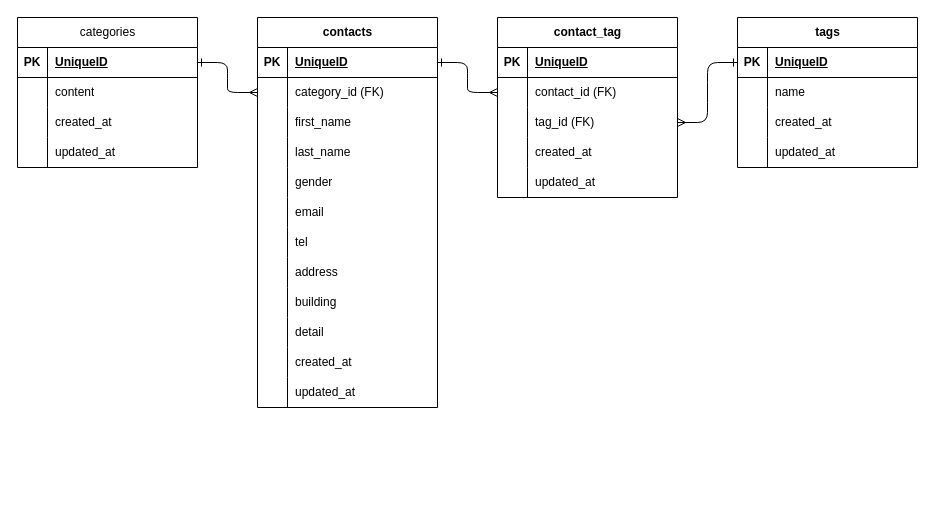
taiga-takeda/contact-form-app keeps this draw.io diagram as .drawio. Above is the earlier version. Source tidied: cells renumbered, new cells numbered last; positions are measured from the earlier drawing's top-left corner, leaving out a move shared by most shapes. Both pictures are drawn from the tidied source at 100%, with x=0, y=0 at pixel (17, 17).
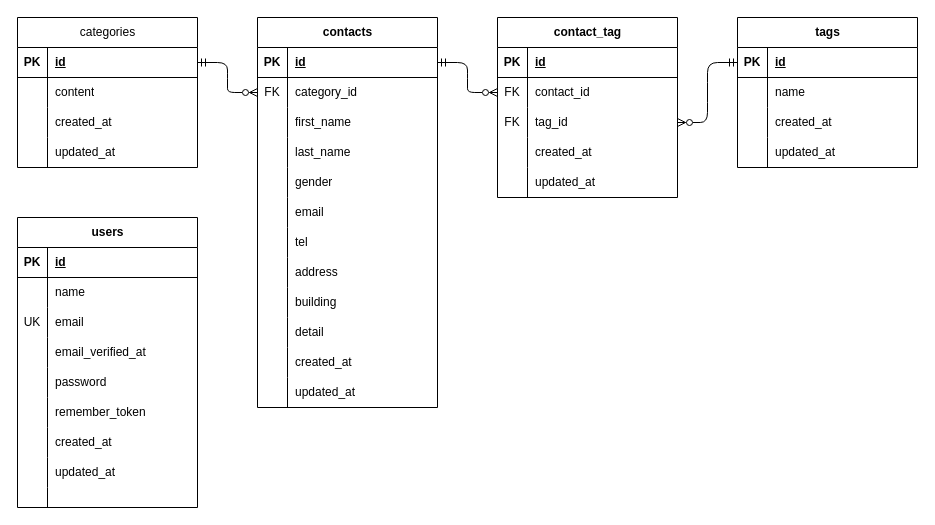
The same page after the edit.

Unchanged cells that the change refers to:
```xml
<mxCell id="3" style="shape=tableRow;horizontal=0;startSize=0;swimlaneHead=0;swimlaneBody=0;fillColor=none;top=0;left=0;right=0;bottom=1;" parent="2" vertex="1">
  <mxGeometry y="30" width="180" height="30" as="geometry" />
</mxCell>
<mxCell id="6" style="shape=tableRow;horizontal=0;startSize=0;swimlaneHead=0;swimlaneBody=0;fillColor=none;points=[[0,0.5],[1,0.5]];portConstraint=eastwest;top=0;left=0;right=0;bottom=0;" parent="2" vertex="1">
  <mxGeometry y="60" width="180" height="30" as="geometry" />
</mxCell>
<mxCell id="9" style="shape=tableRow;horizontal=0;startSize=0;swimlaneHead=0;swimlaneBody=0;fillColor=none;points=[[0,0.5],[1,0.5]];portConstraint=eastwest;top=0;left=0;right=0;bottom=0;" parent="2" vertex="1">
  <mxGeometry y="90" width="180" height="30" as="geometry" />
</mxCell>
<mxCell id="19" style="shape=tableRow;horizontal=0;startSize=0;swimlaneHead=0;swimlaneBody=0;fillColor=none;points=[[0,0.5],[1,0.5]];portConstraint=eastwest;top=0;left=0;right=0;bottom=1;" parent="18" vertex="1">
  <mxGeometry y="30" width="180" height="30" as="geometry" />
</mxCell>
<mxCell id="32" style="shape=tableRow;horizontal=0;startSize=0;swimlaneHead=0;swimlaneBody=0;fillColor=none;points=[[0,0.5],[1,0.5]];portConstraint=eastwest;top=0;left=0;right=0;bottom=1;" parent="31" vertex="1">
  <mxGeometry y="30" width="180" height="30" as="geometry" />
</mxCell>
<mxCell id="35" style="shape=tableRow;horizontal=0;startSize=0;swimlaneHead=0;swimlaneBody=0;fillColor=none;points=[[0,0.5],[1,0.5]];portConstraint=eastwest;top=0;left=0;right=0;bottom=0;" parent="31" vertex="1">
  <mxGeometry y="60" width="180" height="30" as="geometry" />
</mxCell>
<mxCell id="69" style="shape=tableRow;horizontal=0;startSize=0;swimlaneHead=0;swimlaneBody=0;fillColor=none;points=[[0,0.5],[1,0.5]];portConstraint=eastwest;top=0;left=0;right=0;bottom=1;" parent="68" vertex="1">
  <mxGeometry y="30" width="180" height="30" as="geometry" />
</mxCell>
```

Change to the diagram source:
```diff
@@
-    <mxCell id="5" value="UniqueID" style="shape=partialRectangle;fillColor=none;top=0;left=0;bottom=0;right=0;align=left;spacingLeft=6;fontStyle=5;overflow=hidden;whiteSpace=wrap;html=1;" parent="3" vertex="1">
+    <mxCell id="5" value="id" style="shape=partialRectangle;fillColor=none;top=0;left=0;bottom=0;right=0;align=left;spacingLeft=6;fontStyle=5;overflow=hidden;whiteSpace=wrap;html=1;" parent="3" vertex="1">
       <mxGeometry x="30" width="150" height="30" as="geometry" />
     </mxCell>
@@
-    <mxCell id="7" style="shape=partialRectangle;fillColor=none;top=0;left=0;bottom=0;right=0;overflow=hidden;whiteSpace=wrap;html=1;" parent="6" vertex="1">
+    <mxCell id="7" value="FK" style="shape=partialRectangle;fillColor=none;top=0;left=0;bottom=0;right=0;overflow=hidden;whiteSpace=wrap;html=1;" parent="6" vertex="1">
       <mxGeometry width="30" height="30" as="geometry" />
     </mxCell>
-    <mxCell id="8" value="&lt;span style=&quot;color: rgb(0, 0, 0);&quot;&gt;contact_id (FK)&lt;/span&gt;" style="shape=partialRectangle;fillColor=none;top=0;left=0;bottom=0;right=0;align=left;spacingLeft=6;overflow=hidden;whiteSpace=wrap;html=1;" parent="6" vertex="1">
+    <mxCell id="8" value="&lt;span style=&quot;color: rgb(0, 0, 0);&quot;&gt;contact_id&lt;/span&gt;" style="shape=partialRectangle;fillColor=none;top=0;left=0;bottom=0;right=0;align=left;spacingLeft=6;overflow=hidden;whiteSpace=wrap;html=1;" parent="6" vertex="1">
       <mxGeometry x="30" width="150" height="30" as="geometry" />
     </mxCell>
@@
-    <mxCell id="10" style="shape=partialRectangle;fillColor=none;top=0;left=0;bottom=0;right=0;overflow=hidden;whiteSpace=wrap;html=1;" parent="9" vertex="1">
+    <mxCell id="10" value="FK" style="shape=partialRectangle;fillColor=none;top=0;left=0;bottom=0;right=0;overflow=hidden;whiteSpace=wrap;html=1;" parent="9" vertex="1">
       <mxGeometry width="30" height="30" as="geometry" />
     </mxCell>
-    <mxCell id="11" value="&lt;span style=&quot;color: rgb(0, 0, 0);&quot;&gt;tag_id (FK)&lt;/span&gt;" style="shape=partialRectangle;fillColor=none;top=0;left=0;bottom=0;right=0;align=left;spacingLeft=6;overflow=hidden;whiteSpace=wrap;html=1;" parent="9" vertex="1">
+    <mxCell id="11" value="&lt;span style=&quot;color: rgb(0, 0, 0);&quot;&gt;tag_id&lt;/span&gt;" style="shape=partialRectangle;fillColor=none;top=0;left=0;bottom=0;right=0;align=left;spacingLeft=6;overflow=hidden;whiteSpace=wrap;html=1;" parent="9" vertex="1">
       <mxGeometry x="30" width="150" height="30" as="geometry" />
     </mxCell>
@@
-    <mxCell id="21" value="UniqueID" style="shape=partialRectangle;fillColor=none;top=0;left=0;bottom=0;right=0;align=left;spacingLeft=6;fontStyle=5;overflow=hidden;whiteSpace=wrap;html=1;" parent="19" vertex="1">
+    <mxCell id="21" value="id" style="shape=partialRectangle;fillColor=none;top=0;left=0;bottom=0;right=0;align=left;spacingLeft=6;fontStyle=5;overflow=hidden;whiteSpace=wrap;html=1;" parent="19" vertex="1">
       <mxGeometry x="30" width="150" height="30" as="geometry" />
     </mxCell>
@@
-    <mxCell id="34" value="UniqueID" style="shape=partialRectangle;fillColor=none;top=0;left=0;bottom=0;right=0;align=left;spacingLeft=6;fontStyle=5;overflow=hidden;whiteSpace=wrap;html=1;" parent="32" vertex="1">
+    <mxCell id="34" value="id" style="shape=partialRectangle;fillColor=none;top=0;left=0;bottom=0;right=0;align=left;spacingLeft=6;fontStyle=5;overflow=hidden;whiteSpace=wrap;html=1;" parent="32" vertex="1">
       <mxGeometry x="30" width="150" height="30" as="geometry" />
     </mxCell>
@@
-    <mxCell id="36" style="shape=partialRectangle;fillColor=none;top=0;left=0;bottom=0;right=0;overflow=hidden;whiteSpace=wrap;html=1;" parent="35" vertex="1">
+    <mxCell id="36" value="FK" style="shape=partialRectangle;fillColor=none;top=0;left=0;bottom=0;right=0;overflow=hidden;whiteSpace=wrap;html=1;" parent="35" vertex="1">
       <mxGeometry width="30" height="30" as="geometry" />
     </mxCell>
-    <mxCell id="37" value="&lt;span style=&quot;color: rgb(0, 0, 0);&quot;&gt;category_id (FK)&lt;/span&gt;" style="shape=partialRectangle;fillColor=none;top=0;left=0;bottom=0;right=0;align=left;spacingLeft=6;overflow=hidden;whiteSpace=wrap;html=1;" parent="35" vertex="1">
+    <mxCell id="37" value="&lt;span style=&quot;color: rgb(0, 0, 0);&quot;&gt;category_id&lt;/span&gt;" style="shape=partialRectangle;fillColor=none;top=0;left=0;bottom=0;right=0;align=left;spacingLeft=6;overflow=hidden;whiteSpace=wrap;html=1;" parent="35" vertex="1">
       <mxGeometry x="30" width="150" height="30" as="geometry" />
     </mxCell>
@@
-    <mxCell id="71" value="UniqueID" style="shape=partialRectangle;fillColor=none;top=0;left=0;bottom=0;right=0;align=left;spacingLeft=6;fontStyle=5;overflow=hidden;whiteSpace=wrap;html=1;" parent="69" vertex="1">
+    <mxCell id="71" value="id" style="shape=partialRectangle;fillColor=none;top=0;left=0;bottom=0;right=0;align=left;spacingLeft=6;fontStyle=5;overflow=hidden;whiteSpace=wrap;html=1;" parent="69" vertex="1">
       <mxGeometry x="30" width="150" height="30" as="geometry" />
     </mxCell>
@@
-    <mxCell id="81" style="edgeStyle=entityRelationEdgeStyle;fontSize=12;html=1;endArrow=ERmany;startArrow=ERone;exitX=1;exitY=0.5;exitDx=0;exitDy=0;startFill=0;" parent="1" edge="1" source="69" target="35">
+    <mxCell id="81" style="edgeStyle=entityRelationEdgeStyle;fontSize=12;html=1;endArrow=ERzeroToMany;startArrow=ERmandOne;startFill=0;endFill=0;" parent="1" edge="1" target="35">
       <mxGeometry relative="1" as="geometry">
+        <mxPoint x="180" y="45" as="sourcePoint" />
         <Array as="points">
           <mxPoint x="220" y="110" />
         </Array>
       </mxGeometry>
     </mxCell>
-    <mxCell id="82" style="edgeStyle=entityRelationEdgeStyle;fontSize=12;html=1;endArrow=ERmany;startArrow=ERone;exitX=1;exitY=0.5;exitDx=0;exitDy=0;startFill=0;" parent="1" edge="1" source="32" target="6">
+    <mxCell id="82" style="edgeStyle=entityRelationEdgeStyle;fontSize=12;html=1;endArrow=ERzeroToMany;startArrow=ERmandOne;exitX=1;exitY=0.5;exitDx=0;exitDy=0;startFill=0;endFill=0;" parent="1" edge="1" source="32" target="6">
       <mxGeometry relative="1" as="geometry" />
     </mxCell>
-    <mxCell id="83" style="edgeStyle=entityRelationEdgeStyle;fontSize=12;html=1;endArrow=ERone;startArrow=ERmany;endFill=0;" parent="1" edge="1" source="9" target="19">
+    <mxCell id="83" style="edgeStyle=entityRelationEdgeStyle;fontSize=12;html=1;endArrow=ERmandOne;startArrow=ERzeroToMany;endFill=0;startFill=0;" parent="1" edge="1" source="9" target="19">
       <mxGeometry relative="1" as="geometry" />
     </mxCell>
+    <mxCell id="84" value="users" style="shape=table;startSize=30;childLayout=tableLayout;rowLines=0;fontStyle=1;align=center;html=1;" parent="1" vertex="1">
+      <mxGeometry y="200" width="180" height="290" as="geometry" />
+    </mxCell>
+    <mxCell id="85" style="shape=tableRow;horizontal=0;startSize=0;swimlaneHead=0;swimlaneBody=0;fillColor=none;top=0;left=0;right=0;bottom=1;" parent="84" vertex="1">
+      <mxGeometry y="30" width="180" height="30" as="geometry" />
+    </mxCell>
+    <mxCell id="86" value="PK" style="shape=partialRectangle;fillColor=none;top=0;left=0;bottom=0;right=0;fontStyle=1;overflow=hidden;whiteSpace=wrap;html=1;" parent="85" vertex="1">
+      <mxGeometry width="30" height="30" as="geometry" />
+    </mxCell>
+    <mxCell id="87" value="id" style="shape=partialRectangle;fillColor=none;top=0;left=0;bottom=0;right=0;align=left;spacingLeft=6;fontStyle=5;overflow=hidden;whiteSpace=wrap;html=1;" parent="85" vertex="1">
+      <mxGeometry x="30" width="150" height="30" as="geometry" />
+    </mxCell>
+    <mxCell id="88" style="shape=tableRow;horizontal=0;startSize=0;swimlaneHead=0;swimlaneBody=0;fillColor=none;top=0;left=0;right=0;bottom=0;" parent="84" vertex="1">
+      <mxGeometry y="60" width="180" height="30" as="geometry" />
+    </mxCell>
+    <mxCell id="89" style="shape=partialRectangle;fillColor=none;top=0;left=0;bottom=0;right=0;overflow=hidden;whiteSpace=wrap;html=1;" parent="88" vertex="1">
+      <mxGeometry width="30" height="30" as="geometry" />
+    </mxCell>
+    <mxCell id="90" value="name" style="shape=partialRectangle;fillColor=none;top=0;left=0;bottom=0;right=0;align=left;spacingLeft=6;overflow=hidden;whiteSpace=wrap;html=1;" parent="88" vertex="1">
+      <mxGeometry x="30" width="150" height="30" as="geometry" />
+    </mxCell>
+    <mxCell id="91" style="shape=tableRow;horizontal=0;startSize=0;swimlaneHead=0;swimlaneBody=0;fillColor=none;top=0;left=0;right=0;bottom=0;" parent="84" vertex="1">
+      <mxGeometry y="90" width="180" height="30" as="geometry" />
+    </mxCell>
+    <mxCell id="92" value="UK" style="shape=partialRectangle;fillColor=none;top=0;left=0;bottom=0;right=0;overflow=hidden;whiteSpace=wrap;html=1;" parent="91" vertex="1">
+      <mxGeometry width="30" height="30" as="geometry" />
+    </mxCell>
+    <mxCell id="93" value="email" style="shape=partialRectangle;fillColor=none;top=0;left=0;bottom=0;right=0;align=left;spacingLeft=6;overflow=hidden;whiteSpace=wrap;html=1;" parent="91" vertex="1">
+      <mxGeometry x="30" width="150" height="30" as="geometry" />
+    </mxCell>
+    <mxCell id="94" style="shape=tableRow;horizontal=0;startSize=0;swimlaneHead=0;swimlaneBody=0;fillColor=none;top=0;left=0;right=0;bottom=0;" parent="84" vertex="1">
+      <mxGeometry y="120" width="180" height="30" as="geometry" />
+    </mxCell>
+    <mxCell id="95" style="shape=partialRectangle;fillColor=none;top=0;left=0;bottom=0;right=0;overflow=hidden;whiteSpace=wrap;html=1;" parent="94" vertex="1">
+      <mxGeometry width="30" height="30" as="geometry" />
+    </mxCell>
+    <mxCell id="96" value="email_verified_at " style="shape=partialRectangle;fillColor=none;top=0;left=0;bottom=0;right=0;align=left;spacingLeft=6;overflow=hidden;whiteSpace=wrap;html=1;" parent="94" vertex="1">
+      <mxGeometry x="30" width="150" height="30" as="geometry" />
+    </mxCell>
+    <mxCell id="97" style="shape=tableRow;horizontal=0;startSize=0;swimlaneHead=0;swimlaneBody=0;fillColor=none;top=0;left=0;right=0;bottom=0;" parent="84" vertex="1">
+      <mxGeometry y="150" width="180" height="30" as="geometry" />
+    </mxCell>
+    <mxCell id="98" style="shape=partialRectangle;fillColor=none;top=0;left=0;bottom=0;right=0;overflow=hidden;whiteSpace=wrap;html=1;" parent="97" vertex="1">
+      <mxGeometry width="30" height="30" as="geometry" />
+    </mxCell>
+    <mxCell id="99" value="password" style="shape=partialRectangle;fillColor=none;top=0;left=0;bottom=0;right=0;align=left;spacingLeft=6;overflow=hidden;whiteSpace=wrap;html=1;" parent="97" vertex="1">
+      <mxGeometry x="30" width="150" height="30" as="geometry" />
+    </mxCell>
+    <mxCell id="100" style="shape=tableRow;horizontal=0;startSize=0;swimlaneHead=0;swimlaneBody=0;fillColor=none;top=0;left=0;right=0;bottom=0;" parent="84" vertex="1">
+      <mxGeometry y="180" width="180" height="30" as="geometry" />
+    </mxCell>
+    <mxCell id="101" style="shape=partialRectangle;fillColor=none;top=0;left=0;bottom=0;right=0;overflow=hidden;whiteSpace=wrap;html=1;" parent="100" vertex="1">
+      <mxGeometry width="30" height="30" as="geometry" />
+    </mxCell>
+    <mxCell id="102" value="remember_token " style="shape=partialRectangle;fillColor=none;top=0;left=0;bottom=0;right=0;align=left;spacingLeft=6;overflow=hidden;whiteSpace=wrap;html=1;" parent="100" vertex="1">
+      <mxGeometry x="30" width="150" height="30" as="geometry" />
+    </mxCell>
+    <mxCell id="103" style="shape=tableRow;horizontal=0;startSize=0;swimlaneHead=0;swimlaneBody=0;fillColor=none;top=0;left=0;right=0;bottom=0;" parent="84" vertex="1">
+      <mxGeometry y="210" width="180" height="30" as="geometry" />
+    </mxCell>
+    <mxCell id="104" style="shape=partialRectangle;fillColor=none;top=0;left=0;bottom=0;right=0;overflow=hidden;whiteSpace=wrap;html=1;" parent="103" vertex="1">
+      <mxGeometry width="30" height="30" as="geometry" />
+    </mxCell>
+    <mxCell id="105" value="created_at" style="shape=partialRectangle;fillColor=none;top=0;left=0;bottom=0;right=0;align=left;spacingLeft=6;overflow=hidden;whiteSpace=wrap;html=1;" parent="103" vertex="1">
+      <mxGeometry x="30" width="150" height="30" as="geometry" />
+    </mxCell>
+    <mxCell id="106" style="shape=tableRow;horizontal=0;startSize=0;swimlaneHead=0;swimlaneBody=0;fillColor=none;top=0;left=0;right=0;bottom=0;" parent="84" vertex="1">
+      <mxGeometry y="240" width="180" height="30" as="geometry" />
+    </mxCell>
+    <mxCell id="107" style="shape=partialRectangle;fillColor=none;top=0;left=0;bottom=0;right=0;overflow=hidden;whiteSpace=wrap;html=1;" parent="106" vertex="1">
+      <mxGeometry width="30" height="30" as="geometry" />
+    </mxCell>
+    <mxCell id="108" value="updated_at" style="shape=partialRectangle;fillColor=none;top=0;left=0;bottom=0;right=0;align=left;spacingLeft=6;overflow=hidden;whiteSpace=wrap;html=1;" parent="106" vertex="1">
+      <mxGeometry x="30" width="150" height="30" as="geometry" />
+    </mxCell>
+    <mxCell id="109" style="shape=tableRow;horizontal=0;startSize=0;swimlaneHead=0;swimlaneBody=0;fillColor=none;top=0;left=0;right=0;bottom=0;" parent="84" vertex="1">
+      <mxGeometry y="270" width="180" height="20" as="geometry" />
+    </mxCell>
+    <mxCell id="110" style="shape=partialRectangle;fillColor=none;top=0;left=0;bottom=0;right=0;overflow=hidden;whiteSpace=wrap;html=1;" parent="109" vertex="1">
+      <mxGeometry width="30" height="20" as="geometry" />
+    </mxCell>
+    <mxCell id="111" style="shape=partialRectangle;fillColor=none;top=0;left=0;bottom=0;right=0;align=left;spacingLeft=6;overflow=hidden;whiteSpace=wrap;html=1;" parent="109" vertex="1">
+      <mxGeometry x="30" width="150" height="20" as="geometry" />
+    </mxCell>
```
